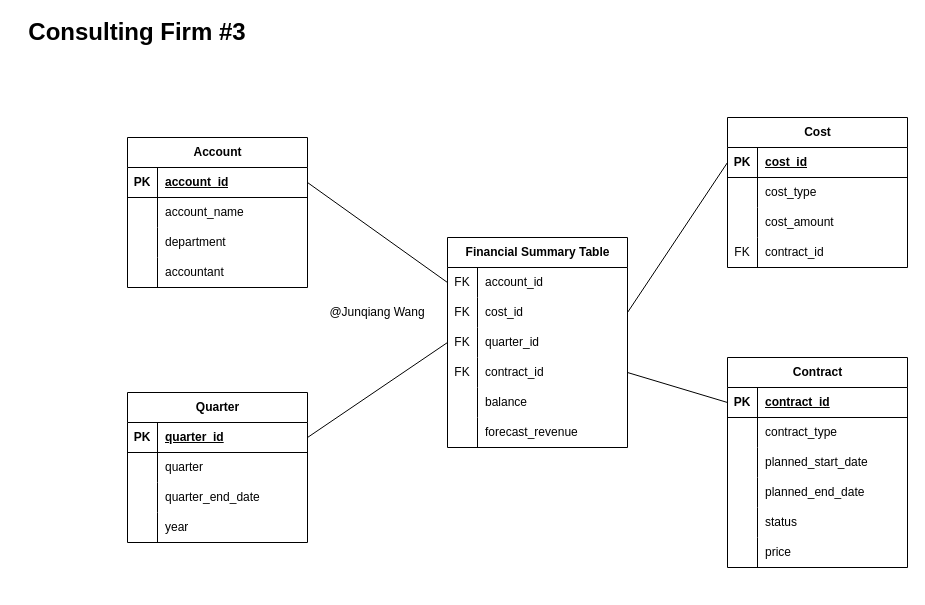
The draw.io diagram page "consulting-3" (4 of 6) of hw4b.drawio in EliWangC/dsci-559-database, before the edit. Source tidied: cells renumbered, new cells numbered last; positions are measured from the earlier drawing's top-left corner, leaving out a move shared by most shapes. Both pictures are drawn from the tidied source at 100%, with x=0, y=0 at pixel (17, 17).
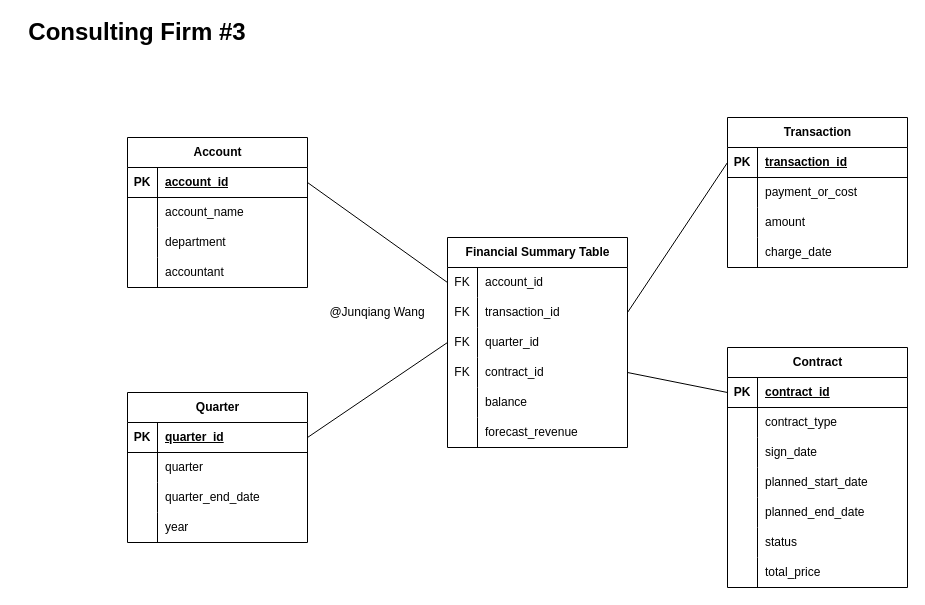
The same diagram, later.

Unchanged cells that the change refers to:
```xml
<mxCell id="6" style="shape=tableRow;horizontal=0;startSize=0;swimlaneHead=0;swimlaneBody=0;fillColor=none;points=[[0,0.5],[1,0.5]];portConstraint=eastwest;top=0;left=0;right=0;bottom=0;" parent="2" vertex="1">
  <mxGeometry y="60" width="180" height="30" as="geometry" />
</mxCell>
<mxCell id="12" style="shape=tableRow;horizontal=0;startSize=0;swimlaneHead=0;swimlaneBody=0;fillColor=none;points=[[0,0.5],[1,0.5]];portConstraint=eastwest;top=0;left=0;right=0;bottom=0;" parent="2" vertex="1">
  <mxGeometry y="120" width="180" height="30" as="geometry" />
</mxCell>
```

The edit, as a diff of the source:
```diff
@@
-    <mxCell id="8" value="cost_id" style="shape=partialRectangle;fillColor=none;top=0;left=0;bottom=0;right=0;align=left;spacingLeft=6;overflow=hidden;whiteSpace=wrap;html=1;" parent="6" vertex="1">
+    <mxCell id="8" value="transaction_id" style="shape=partialRectangle;fillColor=none;top=0;left=0;bottom=0;right=0;align=left;spacingLeft=6;overflow=hidden;whiteSpace=wrap;html=1;" parent="6" vertex="1">
       <mxGeometry x="30" width="150" height="30" as="geometry" />
     </mxCell>
@@
-    <mxCell id="34" value="Cost" style="shape=table;startSize=30;childLayout=tableLayout;rowLines=0;fontStyle=1;align=center;html=1;" parent="1" vertex="1">
-      <mxGeometry x="710" y="100" width="180" height="150" as="geometry" />
-    </mxCell>
-    <mxCell id="35" style="shape=tableRow;horizontal=0;startSize=0;swimlaneHead=0;swimlaneBody=0;fillColor=none;points=[[0,0.5],[1,0.5]];portConstraint=eastwest;top=0;left=0;right=0;bottom=1;" parent="34" vertex="1">
-      <mxGeometry y="30" width="180" height="30" as="geometry" />
-    </mxCell>
-    <mxCell id="36" value="PK" style="shape=partialRectangle;fillColor=none;top=0;left=0;bottom=0;right=0;fontStyle=1;overflow=hidden;whiteSpace=wrap;html=1;" parent="35" vertex="1">
-      <mxGeometry width="30" height="30" as="geometry" />
-    </mxCell>
-    <mxCell id="37" value="cost_id" style="shape=partialRectangle;fillColor=none;top=0;left=0;bottom=0;right=0;align=left;spacingLeft=6;fontStyle=5;overflow=hidden;whiteSpace=wrap;html=1;" parent="35" vertex="1">
-      <mxGeometry x="30" width="150" height="30" as="geometry" />
-    </mxCell>
-    <mxCell id="38" style="shape=tableRow;horizontal=0;startSize=0;swimlaneHead=0;swimlaneBody=0;fillColor=none;top=0;left=0;right=0;bottom=0;" parent="34" vertex="1">
-      <mxGeometry y="60" width="180" height="30" as="geometry" />
-    </mxCell>
-    <mxCell id="39" style="shape=partialRectangle;fillColor=none;top=0;left=0;bottom=0;right=0;overflow=hidden;whiteSpace=wrap;html=1;" parent="38" vertex="1">
-      <mxGeometry width="30" height="30" as="geometry" />
-    </mxCell>
-    <mxCell id="40" value="cost_type" style="shape=partialRectangle;fillColor=none;top=0;left=0;bottom=0;right=0;align=left;spacingLeft=6;overflow=hidden;whiteSpace=wrap;html=1;" parent="38" vertex="1">
-      <mxGeometry x="30" width="150" height="30" as="geometry" />
-    </mxCell>
-    <mxCell id="41" style="shape=tableRow;horizontal=0;startSize=0;swimlaneHead=0;swimlaneBody=0;fillColor=none;top=0;left=0;right=0;bottom=0;" parent="34" vertex="1">
-      <mxGeometry y="90" width="180" height="30" as="geometry" />
-    </mxCell>
-    <mxCell id="42" style="shape=partialRectangle;fillColor=none;top=0;left=0;bottom=0;right=0;overflow=hidden;whiteSpace=wrap;html=1;" parent="41" vertex="1">
-      <mxGeometry width="30" height="30" as="geometry" />
-    </mxCell>
-    <mxCell id="43" value="cost_amount" style="shape=partialRectangle;fillColor=none;top=0;left=0;bottom=0;right=0;align=left;spacingLeft=6;overflow=hidden;whiteSpace=wrap;html=1;" parent="41" vertex="1">
-      <mxGeometry x="30" width="150" height="30" as="geometry" />
-    </mxCell>
-    <mxCell id="44" style="shape=tableRow;horizontal=0;startSize=0;swimlaneHead=0;swimlaneBody=0;fillColor=none;top=0;left=0;right=0;bottom=0;" parent="34" vertex="1">
-      <mxGeometry y="120" width="180" height="30" as="geometry" />
-    </mxCell>
-    <mxCell id="45" value="FK" style="shape=partialRectangle;fillColor=none;top=0;left=0;bottom=0;right=0;overflow=hidden;whiteSpace=wrap;html=1;" parent="44" vertex="1">
-      <mxGeometry width="30" height="30" as="geometry" />
-    </mxCell>
-    <mxCell id="46" value="contract_id" style="shape=partialRectangle;fillColor=none;top=0;left=0;bottom=0;right=0;align=left;spacingLeft=6;overflow=hidden;whiteSpace=wrap;html=1;" parent="44" vertex="1">
-      <mxGeometry x="30" width="150" height="30" as="geometry" />
-    </mxCell>
@@
-    <mxCell id="49" style="rounded=0;jettySize=auto;html=1;exitX=0;exitY=0.5;exitDx=0;exitDy=0;entryX=1;entryY=0.5;entryDx=0;entryDy=0;endArrow=none;endFill=0;" parent="1" edge="1" source="35" target="6">
+    <mxCell id="49" style="rounded=0;jettySize=auto;html=1;exitX=0;exitY=0.5;exitDx=0;exitDy=0;entryX=1;entryY=0.5;entryDx=0;entryDy=0;endArrow=none;endFill=0;" parent="1" edge="1" source="86" target="6">
       <mxGeometry relative="1" as="geometry" />
     </mxCell>
@@
+    <mxCell id="84" style="rounded=0;jettySize=auto;html=1;exitX=0;exitY=0.5;exitDx=0;exitDy=0;entryX=1;entryY=0.5;entryDx=0;entryDy=0;endArrow=none;endFill=0;" parent="1" edge="1" source="98" target="12">
+      <mxGeometry relative="1" as="geometry" />
+    </mxCell>
+    <mxCell id="85" value="Transaction" style="shape=table;startSize=30;childLayout=tableLayout;rowLines=0;fontStyle=1;align=center;html=1;" parent="1" vertex="1">
+      <mxGeometry x="710" y="100" width="180" height="150" as="geometry" />
+    </mxCell>
+    <mxCell id="86" style="shape=tableRow;horizontal=0;startSize=0;swimlaneHead=0;swimlaneBody=0;fillColor=none;points=[[0,0.5],[1,0.5]];portConstraint=eastwest;top=0;left=0;right=0;bottom=1;" parent="85" vertex="1">
+      <mxGeometry y="30" width="180" height="30" as="geometry" />
+    </mxCell>
+    <mxCell id="87" value="PK" style="shape=partialRectangle;fillColor=none;top=0;left=0;bottom=0;right=0;fontStyle=1;overflow=hidden;whiteSpace=wrap;html=1;" parent="86" vertex="1">
+      <mxGeometry width="30" height="30" as="geometry" />
+    </mxCell>
+    <mxCell id="88" value="transaction_id" style="shape=partialRectangle;fillColor=none;top=0;left=0;bottom=0;right=0;align=left;spacingLeft=6;fontStyle=5;overflow=hidden;whiteSpace=wrap;html=1;" parent="86" vertex="1">
+      <mxGeometry x="30" width="150" height="30" as="geometry" />
+    </mxCell>
+    <mxCell id="89" style="shape=tableRow;horizontal=0;startSize=0;swimlaneHead=0;swimlaneBody=0;fillColor=none;top=0;left=0;right=0;bottom=0;" parent="85" vertex="1">
+      <mxGeometry y="60" width="180" height="30" as="geometry" />
+    </mxCell>
+    <mxCell id="90" style="shape=partialRectangle;fillColor=none;top=0;left=0;bottom=0;right=0;overflow=hidden;whiteSpace=wrap;html=1;" parent="89" vertex="1">
+      <mxGeometry width="30" height="30" as="geometry" />
+    </mxCell>
+    <mxCell id="91" value="payment_or_cost" style="shape=partialRectangle;fillColor=none;top=0;left=0;bottom=0;right=0;align=left;spacingLeft=6;overflow=hidden;whiteSpace=wrap;html=1;" parent="89" vertex="1">
+      <mxGeometry x="30" width="150" height="30" as="geometry" />
+    </mxCell>
+    <mxCell id="92" style="shape=tableRow;horizontal=0;startSize=0;swimlaneHead=0;swimlaneBody=0;fillColor=none;top=0;left=0;right=0;bottom=0;" parent="85" vertex="1">
+      <mxGeometry y="90" width="180" height="30" as="geometry" />
+    </mxCell>
+    <mxCell id="93" style="shape=partialRectangle;fillColor=none;top=0;left=0;bottom=0;right=0;overflow=hidden;whiteSpace=wrap;html=1;" parent="92" vertex="1">
+      <mxGeometry width="30" height="30" as="geometry" />
+    </mxCell>
+    <mxCell id="94" value="amount" style="shape=partialRectangle;fillColor=none;top=0;left=0;bottom=0;right=0;align=left;spacingLeft=6;overflow=hidden;whiteSpace=wrap;html=1;" parent="92" vertex="1">
+      <mxGeometry x="30" width="150" height="30" as="geometry" />
+    </mxCell>
+    <mxCell id="95" style="shape=tableRow;horizontal=0;startSize=0;swimlaneHead=0;swimlaneBody=0;fillColor=none;top=0;left=0;right=0;bottom=0;" parent="85" vertex="1">
+      <mxGeometry y="120" width="180" height="30" as="geometry" />
+    </mxCell>
+    <mxCell id="96" style="shape=partialRectangle;fillColor=none;top=0;left=0;bottom=0;right=0;overflow=hidden;whiteSpace=wrap;html=1;" parent="95" vertex="1">
+      <mxGeometry width="30" height="30" as="geometry" />
+    </mxCell>
+    <mxCell id="97" value="charge_date" style="shape=partialRectangle;fillColor=none;top=0;left=0;bottom=0;right=0;align=left;spacingLeft=6;overflow=hidden;whiteSpace=wrap;html=1;" parent="95" vertex="1">
+      <mxGeometry x="30" width="150" height="30" as="geometry" />
+    </mxCell>
     <mxCell id="65" value="Contract" style="shape=table;startSize=30;childLayout=tableLayout;rowLines=0;fontStyle=1;align=center;html=1;" parent="1" vertex="1">
-      <mxGeometry x="710" y="340" width="180" height="210" as="geometry" />
+      <mxGeometry x="710" y="330" width="180" height="240" as="geometry" />
     </mxCell>
-    <mxCell id="66" style="shape=tableRow;horizontal=0;startSize=0;swimlaneHead=0;swimlaneBody=0;fillColor=none;points=[[0,0.5],[1,0.5]];portConstraint=eastwest;top=0;left=0;right=0;bottom=1;" parent="65" vertex="1">
-      <mxGeometry y="30" width="180" height="30" as="geometry" />
-    </mxCell>
-    <mxCell id="67" value="PK" style="shape=partialRectangle;fillColor=none;top=0;left=0;bottom=0;right=0;fontStyle=1;overflow=hidden;whiteSpace=wrap;html=1;" parent="66" vertex="1">
-      <mxGeometry width="30" height="30" as="geometry" />
-    </mxCell>
+    <mxCell id="98" style="shape=tableRow;horizontal=0;startSize=0;swimlaneHead=0;swimlaneBody=0;fillColor=none;points=[[0,0.5],[1,0.5]];portConstraint=eastwest;top=0;left=0;right=0;bottom=1;" parent="65" vertex="1">
+      <mxGeometry y="30" width="180" height="30" as="geometry" />
+    </mxCell>
+    <mxCell id="99" value="PK" style="shape=partialRectangle;fillColor=none;top=0;left=0;bottom=0;right=0;fontStyle=1;overflow=hidden;whiteSpace=wrap;html=1;" parent="98" vertex="1">
+      <mxGeometry width="30" height="30" as="geometry" />
+    </mxCell>
-    <mxCell id="68" value="contract_id" style="shape=partialRectangle;fillColor=none;top=0;left=0;bottom=0;right=0;align=left;spacingLeft=6;fontStyle=5;overflow=hidden;whiteSpace=wrap;html=1;" parent="66" vertex="1">
+    <mxCell id="68" value="contract_id" style="shape=partialRectangle;fillColor=none;top=0;left=0;bottom=0;right=0;align=left;spacingLeft=6;fontStyle=5;overflow=hidden;whiteSpace=wrap;html=1;" parent="98" vertex="1">
       <mxGeometry x="30" width="150" height="30" as="geometry" />
     </mxCell>
-    <mxCell id="69" style="shape=tableRow;horizontal=0;startSize=0;swimlaneHead=0;swimlaneBody=0;fillColor=none;top=0;left=0;right=0;bottom=0;" parent="65" vertex="1">
-      <mxGeometry y="60" width="180" height="30" as="geometry" />
-    </mxCell>
-    <mxCell id="70" style="shape=partialRectangle;fillColor=none;top=0;left=0;bottom=0;right=0;overflow=hidden;whiteSpace=wrap;html=1;" parent="69" vertex="1">
-      <mxGeometry width="30" height="30" as="geometry" />
-    </mxCell>
+    <mxCell id="100" style="shape=tableRow;horizontal=0;startSize=0;swimlaneHead=0;swimlaneBody=0;fillColor=none;top=0;left=0;right=0;bottom=0;" parent="65" vertex="1">
+      <mxGeometry y="60" width="180" height="30" as="geometry" />
+    </mxCell>
+    <mxCell id="101" style="shape=partialRectangle;fillColor=none;top=0;left=0;bottom=0;right=0;overflow=hidden;whiteSpace=wrap;html=1;" parent="100" vertex="1">
+      <mxGeometry width="30" height="30" as="geometry" />
+    </mxCell>
-    <mxCell id="71" value="contract_type" style="shape=partialRectangle;fillColor=none;top=0;left=0;bottom=0;right=0;align=left;spacingLeft=6;overflow=hidden;whiteSpace=wrap;html=1;" parent="69" vertex="1">
+    <mxCell id="71" value="contract_type" style="shape=partialRectangle;fillColor=none;top=0;left=0;bottom=0;right=0;align=left;spacingLeft=6;overflow=hidden;whiteSpace=wrap;html=1;" parent="100" vertex="1">
       <mxGeometry x="30" width="150" height="30" as="geometry" />
     </mxCell>
-    <mxCell id="72" style="shape=tableRow;horizontal=0;startSize=0;swimlaneHead=0;swimlaneBody=0;fillColor=none;top=0;left=0;right=0;bottom=0;" parent="65" vertex="1">
-      <mxGeometry y="90" width="180" height="30" as="geometry" />
-    </mxCell>
-    <mxCell id="73" style="shape=partialRectangle;fillColor=none;top=0;left=0;bottom=0;right=0;overflow=hidden;whiteSpace=wrap;html=1;" parent="72" vertex="1">
-      <mxGeometry width="30" height="30" as="geometry" />
-    </mxCell>
+    <mxCell id="102" style="shape=tableRow;horizontal=0;startSize=0;swimlaneHead=0;swimlaneBody=0;fillColor=none;top=0;left=0;right=0;bottom=0;" parent="65" vertex="1">
+      <mxGeometry y="90" width="180" height="30" as="geometry" />
+    </mxCell>
+    <mxCell id="103" style="shape=partialRectangle;fillColor=none;top=0;left=0;bottom=0;right=0;overflow=hidden;whiteSpace=wrap;html=1;" parent="102" vertex="1">
+      <mxGeometry width="30" height="30" as="geometry" />
+    </mxCell>
+    <mxCell id="104" value="sign_date" style="shape=partialRectangle;fillColor=none;top=0;left=0;bottom=0;right=0;align=left;spacingLeft=6;overflow=hidden;whiteSpace=wrap;html=1;" parent="102" vertex="1">
+      <mxGeometry x="30" width="150" height="30" as="geometry" />
+    </mxCell>
+    <mxCell id="105" style="shape=tableRow;horizontal=0;startSize=0;swimlaneHead=0;swimlaneBody=0;fillColor=none;top=0;left=0;right=0;bottom=0;" parent="65" vertex="1">
+      <mxGeometry y="120" width="180" height="30" as="geometry" />
+    </mxCell>
+    <mxCell id="106" style="shape=partialRectangle;fillColor=none;top=0;left=0;bottom=0;right=0;overflow=hidden;whiteSpace=wrap;html=1;" parent="105" vertex="1">
+      <mxGeometry width="30" height="30" as="geometry" />
+    </mxCell>
-    <mxCell id="74" value="planned_start_date" style="shape=partialRectangle;fillColor=none;top=0;left=0;bottom=0;right=0;align=left;spacingLeft=6;overflow=hidden;whiteSpace=wrap;html=1;" parent="72" vertex="1">
+    <mxCell id="74" value="planned_start_date" style="shape=partialRectangle;fillColor=none;top=0;left=0;bottom=0;right=0;align=left;spacingLeft=6;overflow=hidden;whiteSpace=wrap;html=1;" parent="105" vertex="1">
       <mxGeometry x="30" width="150" height="30" as="geometry" />
     </mxCell>
-    <mxCell id="75" style="shape=tableRow;horizontal=0;startSize=0;swimlaneHead=0;swimlaneBody=0;fillColor=none;top=0;left=0;right=0;bottom=0;" parent="65" vertex="1">
-      <mxGeometry y="120" width="180" height="30" as="geometry" />
-    </mxCell>
-    <mxCell id="76" style="shape=partialRectangle;fillColor=none;top=0;left=0;bottom=0;right=0;overflow=hidden;whiteSpace=wrap;html=1;" parent="75" vertex="1">
-      <mxGeometry width="30" height="30" as="geometry" />
-    </mxCell>
+    <mxCell id="78" style="shape=tableRow;horizontal=0;startSize=0;swimlaneHead=0;swimlaneBody=0;fillColor=none;top=0;left=0;right=0;bottom=0;" parent="65" vertex="1">
+      <mxGeometry y="150" width="180" height="30" as="geometry" />
+    </mxCell>
+    <mxCell id="107" style="shape=partialRectangle;fillColor=none;top=0;left=0;bottom=0;right=0;overflow=hidden;whiteSpace=wrap;html=1;" parent="78" vertex="1">
+      <mxGeometry width="30" height="30" as="geometry" />
+    </mxCell>
-    <mxCell id="77" value="planned_end_date" style="shape=partialRectangle;fillColor=none;top=0;left=0;bottom=0;right=0;align=left;spacingLeft=6;overflow=hidden;whiteSpace=wrap;html=1;" parent="75" vertex="1">
+    <mxCell id="77" value="planned_end_date" style="shape=partialRectangle;fillColor=none;top=0;left=0;bottom=0;right=0;align=left;spacingLeft=6;overflow=hidden;whiteSpace=wrap;html=1;" parent="78" vertex="1">
       <mxGeometry x="30" width="150" height="30" as="geometry" />
     </mxCell>
-    <mxCell id="78" style="shape=tableRow;horizontal=0;startSize=0;swimlaneHead=0;swimlaneBody=0;fillColor=none;top=0;left=0;right=0;bottom=0;" parent="65" vertex="1">
-      <mxGeometry y="150" width="180" height="30" as="geometry" />
-    </mxCell>
-    <mxCell id="79" style="shape=partialRectangle;fillColor=none;top=0;left=0;bottom=0;right=0;overflow=hidden;whiteSpace=wrap;html=1;" parent="78" vertex="1">
-      <mxGeometry width="30" height="30" as="geometry" />
-    </mxCell>
+    <mxCell id="81" style="shape=tableRow;horizontal=0;startSize=0;swimlaneHead=0;swimlaneBody=0;fillColor=none;top=0;left=0;right=0;bottom=0;" parent="65" vertex="1">
+      <mxGeometry y="180" width="180" height="30" as="geometry" />
+    </mxCell>
+    <mxCell id="108" style="shape=partialRectangle;fillColor=none;top=0;left=0;bottom=0;right=0;overflow=hidden;whiteSpace=wrap;html=1;" parent="81" vertex="1">
+      <mxGeometry width="30" height="30" as="geometry" />
+    </mxCell>
-    <mxCell id="80" value="status" style="shape=partialRectangle;fillColor=none;top=0;left=0;bottom=0;right=0;align=left;spacingLeft=6;overflow=hidden;whiteSpace=wrap;html=1;" parent="78" vertex="1">
+    <mxCell id="80" value="status" style="shape=partialRectangle;fillColor=none;top=0;left=0;bottom=0;right=0;align=left;spacingLeft=6;overflow=hidden;whiteSpace=wrap;html=1;" parent="81" vertex="1">
       <mxGeometry x="30" width="150" height="30" as="geometry" />
     </mxCell>
-    <mxCell id="81" style="shape=tableRow;horizontal=0;startSize=0;swimlaneHead=0;swimlaneBody=0;fillColor=none;top=0;left=0;right=0;bottom=0;" parent="65" vertex="1">
-      <mxGeometry y="180" width="180" height="30" as="geometry" />
-    </mxCell>
-    <mxCell id="82" style="shape=partialRectangle;fillColor=none;top=0;left=0;bottom=0;right=0;overflow=hidden;whiteSpace=wrap;html=1;" parent="81" vertex="1">
-      <mxGeometry width="30" height="30" as="geometry" />
-    </mxCell>
-    <mxCell id="83" value="price" style="shape=partialRectangle;fillColor=none;top=0;left=0;bottom=0;right=0;align=left;spacingLeft=6;overflow=hidden;whiteSpace=wrap;html=1;" parent="81" vertex="1">
-      <mxGeometry x="30" width="150" height="30" as="geometry" />
-    </mxCell>
-    <mxCell id="84" style="rounded=0;jettySize=auto;html=1;exitX=0;exitY=0.5;exitDx=0;exitDy=0;entryX=1;entryY=0.5;entryDx=0;entryDy=0;endArrow=none;endFill=0;" parent="1" edge="1" source="66" target="12">
-      <mxGeometry relative="1" as="geometry" />
-    </mxCell>
+    <mxCell id="109" style="shape=tableRow;horizontal=0;startSize=0;swimlaneHead=0;swimlaneBody=0;fillColor=none;top=0;left=0;right=0;bottom=0;" parent="65" vertex="1">
+      <mxGeometry y="210" width="180" height="30" as="geometry" />
+    </mxCell>
+    <mxCell id="110" style="shape=partialRectangle;fillColor=none;top=0;left=0;bottom=0;right=0;overflow=hidden;whiteSpace=wrap;html=1;" parent="109" vertex="1">
+      <mxGeometry width="30" height="30" as="geometry" />
+    </mxCell>
+    <mxCell id="111" value="total_price" style="shape=partialRectangle;fillColor=none;top=0;left=0;bottom=0;right=0;align=left;spacingLeft=6;overflow=hidden;whiteSpace=wrap;html=1;" parent="109" vertex="1">
+      <mxGeometry x="30" width="150" height="30" as="geometry" />
+    </mxCell>
```
